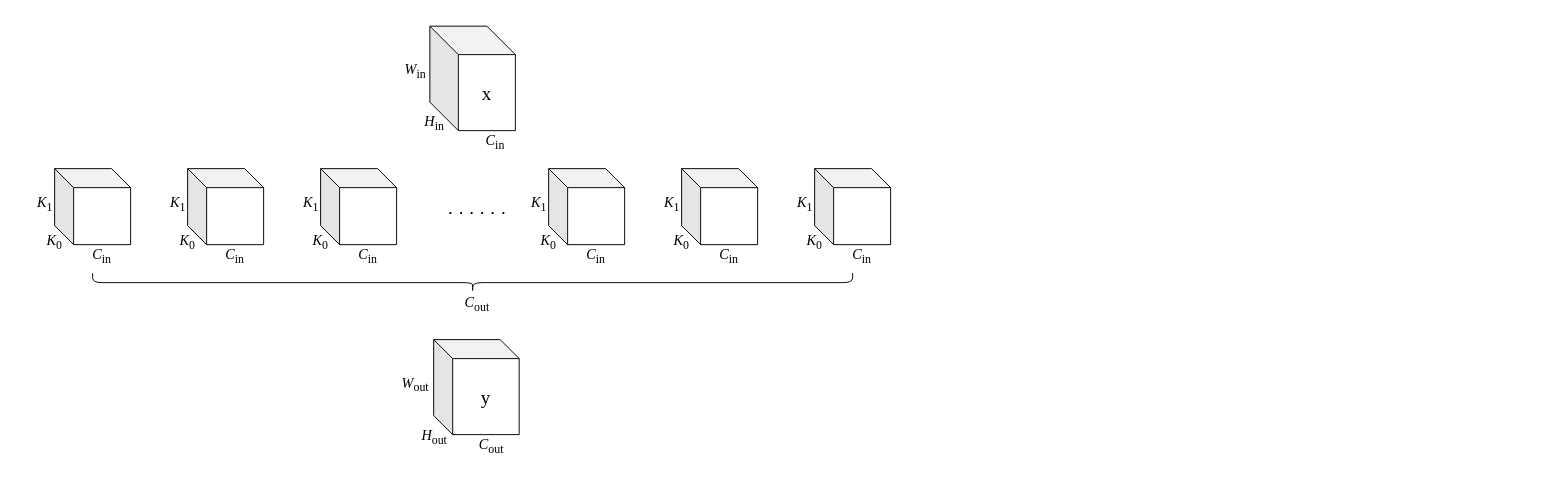
Before: page "第 1 页" (1 of 3) of uniqConv.drawio in guoriyue/draw.io, a draw.io diagram. Source tidied: cells renumbered, new cells numbered last; positions are measured from the earlier drawing's top-left corner, leaving out a move shared by most shapes. Both pictures are drawn from the tidied source at 95%, with x=0, y=0 at pixel (16, 26).
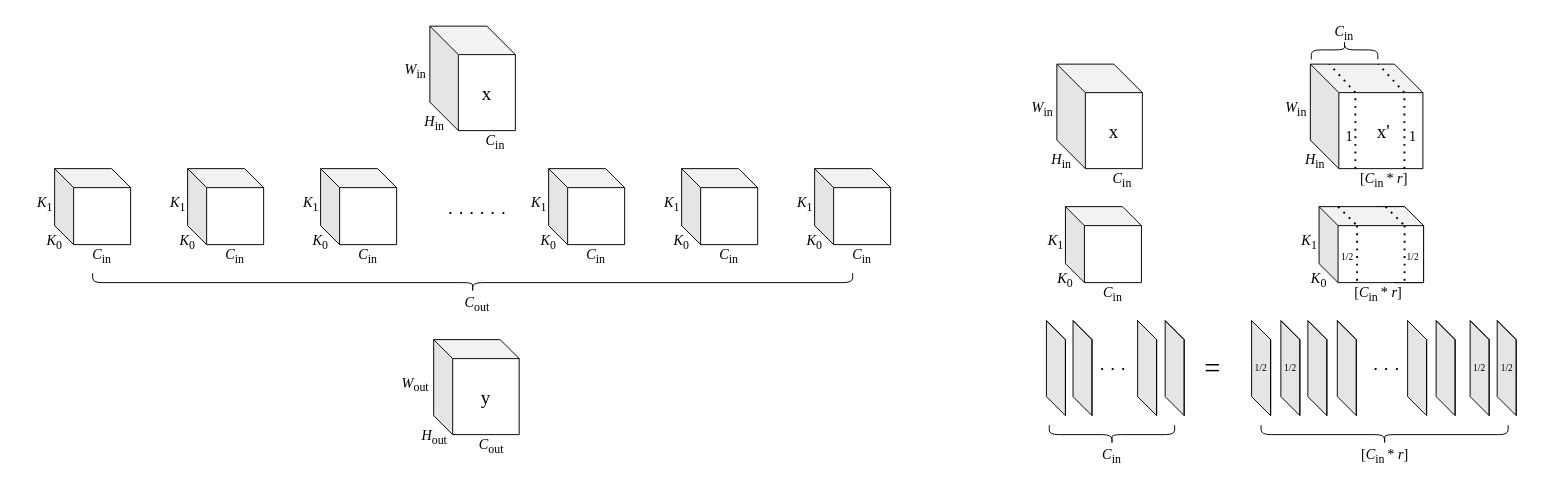
The same diagram, later.

What changed in the source:
```diff
@@
+    <mxCell id="39" style="shape=cube;whiteSpace=wrap;html=1;boundedLbl=1;backgroundOutline=1;darkOpacity=0.05;darkOpacity2=0.1;size=30;" parent="1" vertex="1">
+      <mxGeometry x="1095" y="40" width="90" height="110" as="geometry" />
+    </mxCell>
+    <mxCell id="40" value="&lt;font style=&quot;font-size: 15px;&quot; face=&quot;Times New Roman&quot;&gt;&lt;i&gt;C&lt;/i&gt;&lt;sub&gt;in&lt;/sub&gt;&lt;/font&gt;" style="text;html=1;strokeColor=none;fillColor=none;align=center;verticalAlign=middle;whiteSpace=wrap;rounded=0;fontSize=20;" parent="1" vertex="1">
+      <mxGeometry x="1134" y="145" width="60" height="30" as="geometry" />
+    </mxCell>
+    <mxCell id="41" value="&lt;font style=&quot;font-size: 15px;&quot; face=&quot;Times New Roman&quot;&gt;&lt;i&gt;H&lt;/i&gt;&lt;sub&gt;in&lt;/sub&gt;&lt;/font&gt;" style="text;html=1;strokeColor=none;fillColor=none;align=center;verticalAlign=middle;whiteSpace=wrap;rounded=0;fontSize=20;" parent="1" vertex="1">
+      <mxGeometry x="1070" y="125" width="60" height="30" as="geometry" />
+    </mxCell>
+    <mxCell id="42" value="&lt;font style=&quot;font-size: 15px;&quot; face=&quot;Times New Roman&quot;&gt;&lt;i&gt;W&lt;/i&gt;&lt;sub&gt;in&lt;/sub&gt;&lt;/font&gt;" style="text;html=1;strokeColor=none;fillColor=none;align=center;verticalAlign=middle;whiteSpace=wrap;rounded=0;fontSize=20;" parent="1" vertex="1">
+      <mxGeometry x="1050" y="70" width="60" height="30" as="geometry" />
+    </mxCell>
+    <mxCell id="43" value="&lt;font style=&quot;font-size: 20px;&quot; face=&quot;Times New Roman&quot;&gt;x&lt;/font&gt;" style="text;html=1;strokeColor=none;fillColor=none;align=center;verticalAlign=middle;whiteSpace=wrap;rounded=0;fontSize=20;" parent="1" vertex="1">
+      <mxGeometry x="1125" y="95" width="60" height="30" as="geometry" />
+    </mxCell>
+    <mxCell id="44" style="shape=cube;whiteSpace=wrap;html=1;boundedLbl=1;backgroundOutline=1;darkOpacity=0.05;darkOpacity2=0.1;" parent="1" vertex="1">
+      <mxGeometry x="1104" y="190" width="80" height="80" as="geometry" />
+    </mxCell>
+    <mxCell id="45" value="&lt;font style=&quot;font-size: 15px;&quot; face=&quot;Times New Roman&quot;&gt;&lt;i&gt;K&lt;/i&gt;&lt;sub&gt;0&lt;/sub&gt;&lt;/font&gt;" style="text;html=1;strokeColor=none;fillColor=none;align=center;verticalAlign=middle;whiteSpace=wrap;rounded=0;fontSize=20;" parent="1" vertex="1">
+      <mxGeometry x="1074" y="250" width="60" height="30" as="geometry" />
+    </mxCell>
+    <mxCell id="46" value="&lt;font style=&quot;font-size: 15px;&quot; face=&quot;Times New Roman&quot;&gt;&lt;i&gt;K&lt;/i&gt;&lt;sub&gt;1&lt;/sub&gt;&lt;/font&gt;" style="text;html=1;strokeColor=none;fillColor=none;align=center;verticalAlign=middle;whiteSpace=wrap;rounded=0;fontSize=20;" parent="1" vertex="1">
+      <mxGeometry x="1064" y="210" width="60" height="30" as="geometry" />
+    </mxCell>
+    <mxCell id="47" value="&lt;font style=&quot;font-size: 15px;&quot; face=&quot;Times New Roman&quot;&gt;&lt;i&gt;C&lt;/i&gt;&lt;sub&gt;in&lt;/sub&gt;&lt;/font&gt;" style="text;html=1;strokeColor=none;fillColor=none;align=center;verticalAlign=middle;whiteSpace=wrap;rounded=0;fontSize=20;" parent="1" vertex="1">
+      <mxGeometry x="1124" y="265" width="60" height="30" as="geometry" />
+    </mxCell>
+    <mxCell id="48" style="group;" parent="1" vertex="1">
+      <mxGeometry x="1331" y="190" width="155" height="105" as="geometry" />
+    </mxCell>
+    <mxCell id="49" style="shape=cube;whiteSpace=wrap;html=1;boundedLbl=1;backgroundOutline=1;darkOpacity=0.05;darkOpacity2=0.1;" parent="48" vertex="1">
+      <mxGeometry x="100" width="50" height="80" as="geometry" />
+    </mxCell>
+    <mxCell id="50" style="shape=cube;whiteSpace=wrap;html=1;boundedLbl=1;backgroundOutline=1;darkOpacity=0.05;darkOpacity2=0.1;" parent="48" vertex="1">
+      <mxGeometry x="40" width="110" height="80" as="geometry" />
+    </mxCell>
+    <mxCell id="51" value="&lt;font style=&quot;font-size: 15px;&quot; face=&quot;Times New Roman&quot;&gt;&lt;i&gt;K&lt;/i&gt;&lt;sub&gt;0&lt;/sub&gt;&lt;/font&gt;" style="text;html=1;strokeColor=none;fillColor=none;align=center;verticalAlign=middle;whiteSpace=wrap;rounded=0;fontSize=20;" parent="48" vertex="1">
+      <mxGeometry x="10" y="60" width="60" height="30" as="geometry" />
+    </mxCell>
+    <mxCell id="52" value="&lt;font style=&quot;font-size: 15px;&quot; face=&quot;Times New Roman&quot;&gt;&lt;i&gt;K&lt;/i&gt;&lt;sub&gt;1&lt;/sub&gt;&lt;/font&gt;" style="text;html=1;strokeColor=none;fillColor=none;align=center;verticalAlign=middle;whiteSpace=wrap;rounded=0;fontSize=20;" parent="48" vertex="1">
+      <mxGeometry y="20" width="60" height="30" as="geometry" />
+    </mxCell>
+    <mxCell id="53" value="&lt;font style=&quot;font-size: 15px;&quot; face=&quot;Times New Roman&quot;&gt;[&lt;i&gt;C&lt;/i&gt;&lt;sub&gt;in&amp;nbsp;&lt;/sub&gt;&lt;/font&gt;&lt;span style=&quot;font-family: &amp;quot;Times New Roman&amp;quot;; font-size: 15px;&quot;&gt;* &lt;i&gt;r&lt;/i&gt;]&lt;/span&gt;" style="text;html=1;strokeColor=none;fillColor=none;align=center;verticalAlign=middle;whiteSpace=wrap;rounded=0;fontSize=20;" parent="48" vertex="1">
+      <mxGeometry x="50" y="75" width="105" height="30" as="geometry" />
+    </mxCell>
+    <mxCell id="54" style="endArrow=none;dashed=1;html=1;dashPattern=1 3;strokeWidth=2;rounded=0;fontFamily=Times New Roman;fontSize=20;" parent="48" edge="1">
+      <mxGeometry relative="1" as="geometry">
+        <mxPoint x="130" y="20" as="sourcePoint" />
+        <mxPoint x="130" y="80" as="targetPoint" />
+      </mxGeometry>
+    </mxCell>
+    <mxCell id="55" style="endArrow=none;dashed=1;html=1;dashPattern=1 3;strokeWidth=2;rounded=0;fontFamily=Times New Roman;fontSize=20;" parent="48" edge="1">
+      <mxGeometry relative="1" as="geometry">
+        <mxPoint x="110" as="sourcePoint" />
+        <mxPoint x="130" y="20" as="targetPoint" />
+      </mxGeometry>
+    </mxCell>
+    <mxCell id="56" style="endArrow=none;dashed=1;html=1;dashPattern=1 3;strokeWidth=2;rounded=0;fontFamily=Times New Roman;fontSize=20;" parent="48" edge="1">
+      <mxGeometry relative="1" as="geometry">
+        <mxPoint x="80" y="20" as="sourcePoint" />
+        <mxPoint x="80" y="80" as="targetPoint" />
+      </mxGeometry>
+    </mxCell>
+    <mxCell id="57" style="endArrow=none;dashed=1;html=1;dashPattern=1 3;strokeWidth=2;rounded=0;fontFamily=Times New Roman;fontSize=20;" parent="48" edge="1">
+      <mxGeometry relative="1" as="geometry">
+        <mxPoint x="60" as="sourcePoint" />
+        <mxPoint x="80" y="20" as="targetPoint" />
+      </mxGeometry>
+    </mxCell>
+    <mxCell id="58" value="1/2" style="text;html=1;strokeColor=none;fillColor=none;align=center;verticalAlign=middle;whiteSpace=wrap;rounded=0;fontFamily=Times New Roman;fontSize=10;" parent="48" vertex="1">
+      <mxGeometry x="40" y="37.5" width="60" height="30" as="geometry" />
+    </mxCell>
+    <mxCell id="59" style="shape=cube;whiteSpace=wrap;html=1;boundedLbl=1;backgroundOutline=1;darkOpacity=0.05;darkOpacity2=0.1;size=30;" parent="1" vertex="1">
+      <mxGeometry x="1361.8" y="40" width="118.5" height="110" as="geometry" />
+    </mxCell>
+    <mxCell id="60" value="&lt;font style=&quot;font-size: 15px;&quot; face=&quot;Times New Roman&quot;&gt;&lt;i&gt;H&lt;/i&gt;&lt;sub&gt;in&lt;/sub&gt;&lt;/font&gt;" style="text;html=1;strokeColor=none;fillColor=none;align=center;verticalAlign=middle;whiteSpace=wrap;rounded=0;fontSize=20;" parent="1" vertex="1">
+      <mxGeometry x="1336.8" y="125" width="60" height="30" as="geometry" />
+    </mxCell>
+    <mxCell id="61" value="&lt;font style=&quot;font-size: 15px;&quot; face=&quot;Times New Roman&quot;&gt;&lt;i&gt;W&lt;/i&gt;&lt;sub&gt;in&lt;/sub&gt;&lt;/font&gt;" style="text;html=1;strokeColor=none;fillColor=none;align=center;verticalAlign=middle;whiteSpace=wrap;rounded=0;fontSize=20;" parent="1" vertex="1">
+      <mxGeometry x="1316.8" y="70" width="60" height="30" as="geometry" />
+    </mxCell>
+    <mxCell id="62" value="&lt;font style=&quot;font-size: 20px;&quot; face=&quot;Times New Roman&quot;&gt;x'&lt;/font&gt;" style="text;html=1;strokeColor=none;fillColor=none;align=center;verticalAlign=middle;whiteSpace=wrap;rounded=0;fontSize=20;" parent="1" vertex="1">
+      <mxGeometry x="1409.2" y="95" width="60" height="30" as="geometry" />
+    </mxCell>
+    <mxCell id="63" value="&lt;font style=&quot;font-size: 15px;&quot; face=&quot;Times New Roman&quot;&gt;[&lt;i&gt;C&lt;/i&gt;&lt;sub&gt;in&amp;nbsp;&lt;/sub&gt;&lt;/font&gt;&lt;span style=&quot;font-family: &amp;quot;Times New Roman&amp;quot;; font-size: 15px;&quot;&gt;* &lt;i&gt;r&lt;/i&gt;]&lt;/span&gt;" style="text;html=1;strokeColor=none;fillColor=none;align=center;verticalAlign=middle;whiteSpace=wrap;rounded=0;fontSize=20;" parent="1" vertex="1">
+      <mxGeometry x="1386.8" y="145" width="105" height="30" as="geometry" />
+    </mxCell>
+    <mxCell id="64" style="endArrow=none;dashed=1;html=1;dashPattern=1 3;strokeWidth=2;rounded=0;fontFamily=Times New Roman;fontSize=20;" parent="1" edge="1">
+      <mxGeometry relative="1" as="geometry">
+        <mxPoint x="1460.8" y="150" as="sourcePoint" />
+        <mxPoint x="1460.8" y="70" as="targetPoint" />
+      </mxGeometry>
+    </mxCell>
+    <mxCell id="65" style="endArrow=none;dashed=1;html=1;dashPattern=1 3;strokeWidth=2;rounded=0;fontFamily=Times New Roman;fontSize=20;" parent="1" edge="1">
+      <mxGeometry relative="1" as="geometry">
+        <mxPoint x="1460.8" y="70" as="sourcePoint" />
+        <mxPoint x="1433.3" y="40" as="targetPoint" />
+      </mxGeometry>
+    </mxCell>
+    <mxCell id="66" style="endArrow=none;dashed=1;html=1;dashPattern=1 3;strokeWidth=2;rounded=0;fontFamily=Times New Roman;fontSize=20;" parent="1" edge="1">
+      <mxGeometry relative="1" as="geometry">
+        <mxPoint x="1409.2" y="150" as="sourcePoint" />
+        <mxPoint x="1409.2" y="70" as="targetPoint" />
+      </mxGeometry>
+    </mxCell>
+    <mxCell id="67" style="endArrow=none;dashed=1;html=1;dashPattern=1 3;strokeWidth=2;rounded=0;fontFamily=Times New Roman;fontSize=20;" parent="1" edge="1">
+      <mxGeometry relative="1" as="geometry">
+        <mxPoint x="1409.2" y="70" as="sourcePoint" />
+        <mxPoint x="1381.8" y="40" as="targetPoint" />
+      </mxGeometry>
+    </mxCell>
+    <mxCell id="68" value="&lt;font style=&quot;font-size: 15px;&quot;&gt;1&lt;/font&gt;" style="text;html=1;strokeColor=none;fillColor=none;align=center;verticalAlign=middle;whiteSpace=wrap;rounded=0;fontFamily=Times New Roman;fontSize=10;" parent="1" vertex="1">
+      <mxGeometry x="1372.8" y="100" width="60" height="30" as="geometry" />
+    </mxCell>
+    <mxCell id="69" value="&lt;font style=&quot;font-size: 15px;&quot;&gt;1&lt;/font&gt;" style="text;html=1;strokeColor=none;fillColor=none;align=center;verticalAlign=middle;whiteSpace=wrap;rounded=0;fontFamily=Times New Roman;fontSize=10;" parent="1" vertex="1">
+      <mxGeometry x="1440.2" y="100" width="60" height="30" as="geometry" />
+    </mxCell>
+    <mxCell id="70" style="shape=curlyBracket;whiteSpace=wrap;html=1;rounded=1;fontFamily=Times New Roman;fontSize=15;direction=south;" parent="1" vertex="1">
+      <mxGeometry x="1362.8" y="15" width="70" height="20" as="geometry" />
+    </mxCell>
+    <mxCell id="71" value="&lt;font style=&quot;font-size: 15px;&quot; face=&quot;Times New Roman&quot;&gt;&lt;i&gt;C&lt;/i&gt;&lt;sub&gt;in&lt;/sub&gt;&lt;/font&gt;" style="text;html=1;strokeColor=none;fillColor=none;align=center;verticalAlign=middle;whiteSpace=wrap;rounded=0;fontSize=20;" parent="1" vertex="1">
+      <mxGeometry x="1345.2" y="-10" width="105" height="30" as="geometry" />
+    </mxCell>
+    <mxCell id="72" value="1/2" style="text;html=1;strokeColor=none;fillColor=none;align=center;verticalAlign=middle;whiteSpace=wrap;rounded=0;fontFamily=Times New Roman;fontSize=10;" parent="1" vertex="1">
+      <mxGeometry x="1440.2" y="227.5" width="60" height="30" as="geometry" />
+    </mxCell>
+    <mxCell id="73" style="shape=cube;whiteSpace=wrap;html=1;boundedLbl=1;backgroundOutline=1;darkOpacity=0.05;darkOpacity2=0.1;size=20;" parent="1" vertex="1">
+      <mxGeometry x="1084" y="310" width="20" height="100" as="geometry" />
+    </mxCell>
+    <mxCell id="74" style="shape=cube;whiteSpace=wrap;html=1;boundedLbl=1;backgroundOutline=1;darkOpacity=0.05;darkOpacity2=0.1;size=20;" parent="1" vertex="1">
+      <mxGeometry x="1112" y="310" width="20" height="100" as="geometry" />
+    </mxCell>
+    <mxCell id="75" style="shape=cube;whiteSpace=wrap;html=1;boundedLbl=1;backgroundOutline=1;darkOpacity=0.05;darkOpacity2=0.1;size=20;" parent="1" vertex="1">
+      <mxGeometry x="1180" y="310" width="20" height="100" as="geometry" />
+    </mxCell>
+    <mxCell id="76" style="shape=cube;whiteSpace=wrap;html=1;boundedLbl=1;backgroundOutline=1;darkOpacity=0.05;darkOpacity2=0.1;size=20;" parent="1" vertex="1">
+      <mxGeometry x="1209" y="310" width="20" height="100" as="geometry" />
+    </mxCell>
+    <mxCell id="77" value="&lt;font style=&quot;font-size: 20px;&quot;&gt;. . .&amp;nbsp;&lt;/font&gt;" style="text;html=1;strokeColor=none;fillColor=none;align=center;verticalAlign=middle;whiteSpace=wrap;rounded=0;" parent="1" vertex="1">
+      <mxGeometry x="1102" y="340" width="110" height="30" as="geometry" />
+    </mxCell>
+    <mxCell id="78" style="shape=cube;whiteSpace=wrap;html=1;boundedLbl=1;backgroundOutline=1;darkOpacity=0.05;darkOpacity2=0.1;size=20;" parent="1" vertex="1">
+      <mxGeometry x="1330.8" y="310" width="20" height="100" as="geometry" />
+    </mxCell>
+    <mxCell id="79" style="shape=cube;whiteSpace=wrap;html=1;boundedLbl=1;backgroundOutline=1;darkOpacity=0.05;darkOpacity2=0.1;size=20;" parent="1" vertex="1">
+      <mxGeometry x="1359.2" y="310" width="20" height="100" as="geometry" />
+    </mxCell>
+    <mxCell id="80" style="shape=cube;whiteSpace=wrap;html=1;boundedLbl=1;backgroundOutline=1;darkOpacity=0.05;darkOpacity2=0.1;size=20;" parent="1" vertex="1">
+      <mxGeometry x="1390.2" y="310" width="20" height="100" as="geometry" />
+    </mxCell>
+    <mxCell id="81" style="shape=cube;whiteSpace=wrap;html=1;boundedLbl=1;backgroundOutline=1;darkOpacity=0.05;darkOpacity2=0.1;size=20;" parent="1" vertex="1">
+      <mxGeometry x="1464.2" y="310" width="20" height="100" as="geometry" />
+    </mxCell>
+    <mxCell id="82" style="shape=cube;whiteSpace=wrap;html=1;boundedLbl=1;backgroundOutline=1;darkOpacity=0.05;darkOpacity2=0.1;size=20;" parent="1" vertex="1">
+      <mxGeometry x="1494.2" y="310" width="20" height="100" as="geometry" />
+    </mxCell>
+    <mxCell id="83" value="&lt;font style=&quot;font-size: 20px;&quot;&gt;. . .&amp;nbsp;&lt;/font&gt;" style="text;html=1;strokeColor=none;fillColor=none;align=center;verticalAlign=middle;whiteSpace=wrap;rounded=0;" parent="1" vertex="1">
+      <mxGeometry x="1390.2" y="340" width="110" height="30" as="geometry" />
+    </mxCell>
+    <mxCell id="84" style="shape=cube;whiteSpace=wrap;html=1;boundedLbl=1;backgroundOutline=1;darkOpacity=0.05;darkOpacity2=0.1;size=20;" parent="1" vertex="1">
+      <mxGeometry x="1530" y="310" width="20" height="100" as="geometry" />
+    </mxCell>
+    <mxCell id="85" style="shape=cube;whiteSpace=wrap;html=1;boundedLbl=1;backgroundOutline=1;darkOpacity=0.05;darkOpacity2=0.1;size=20;" parent="1" vertex="1">
+      <mxGeometry x="1558.5" y="310" width="20" height="100" as="geometry" />
+    </mxCell>
+    <mxCell id="86" value="1/2" style="text;html=1;strokeColor=none;fillColor=none;align=center;verticalAlign=middle;whiteSpace=wrap;rounded=0;fontFamily=Times New Roman;fontSize=10;" parent="1" vertex="1">
+      <mxGeometry x="1310.8" y="345" width="60" height="30" as="geometry" />
+    </mxCell>
+    <mxCell id="87" value="1/2" style="text;html=1;strokeColor=none;fillColor=none;align=center;verticalAlign=middle;whiteSpace=wrap;rounded=0;fontFamily=Times New Roman;fontSize=10;" parent="1" vertex="1">
+      <mxGeometry x="1510" y="345" width="60" height="30" as="geometry" />
+    </mxCell>
+    <mxCell id="88" value="1/2" style="text;html=1;strokeColor=none;fillColor=none;align=center;verticalAlign=middle;whiteSpace=wrap;rounded=0;fontFamily=Times New Roman;fontSize=10;" parent="1" vertex="1">
+      <mxGeometry x="1538.5" y="345" width="60" height="30" as="geometry" />
+    </mxCell>
+    <mxCell id="89" style="shape=curlyBracket;whiteSpace=wrap;html=1;rounded=1;fontFamily=Times New Roman;fontSize=15;direction=north;" parent="1" vertex="1">
+      <mxGeometry x="1087" y="420" width="132" height="20" as="geometry" />
+    </mxCell>
+    <mxCell id="90" style="shape=curlyBracket;whiteSpace=wrap;html=1;rounded=1;fontFamily=Times New Roman;fontSize=15;direction=north;" parent="1" vertex="1">
+      <mxGeometry x="1310" y="420" width="260" height="20" as="geometry" />
+    </mxCell>
+    <mxCell id="91" style="shape=cube;whiteSpace=wrap;html=1;boundedLbl=1;backgroundOutline=1;darkOpacity=0.05;darkOpacity2=0.1;size=20;" parent="1" vertex="1">
+      <mxGeometry x="1300" y="310" width="20" height="100" as="geometry" />
+    </mxCell>
+    <mxCell id="92" value="1/2" style="text;html=1;strokeColor=none;fillColor=none;align=center;verticalAlign=middle;whiteSpace=wrap;rounded=0;fontFamily=Times New Roman;fontSize=10;" parent="1" vertex="1">
+      <mxGeometry x="1280" y="345" width="60" height="30" as="geometry" />
+    </mxCell>
+    <mxCell id="93" value="&lt;font style=&quot;font-size: 15px;&quot; face=&quot;Times New Roman&quot;&gt;&lt;i&gt;C&lt;/i&gt;&lt;sub&gt;in&lt;/sub&gt;&lt;/font&gt;" style="text;html=1;strokeColor=none;fillColor=none;align=center;verticalAlign=middle;whiteSpace=wrap;rounded=0;fontSize=20;" parent="1" vertex="1">
+      <mxGeometry x="1123" y="435" width="60" height="30" as="geometry" />
+    </mxCell>
+    <mxCell id="94" value="&lt;font style=&quot;font-size: 15px;&quot; face=&quot;Times New Roman&quot;&gt;[&lt;i&gt;C&lt;/i&gt;&lt;sub&gt;in&amp;nbsp;&lt;/sub&gt;&lt;/font&gt;&lt;span style=&quot;font-family: &amp;quot;Times New Roman&amp;quot;; font-size: 15px;&quot;&gt;* &lt;i&gt;r&lt;/i&gt;]&lt;/span&gt;" style="text;html=1;strokeColor=none;fillColor=none;align=center;verticalAlign=middle;whiteSpace=wrap;rounded=0;fontSize=20;" parent="1" vertex="1">
+      <mxGeometry x="1387.5" y="435" width="105" height="30" as="geometry" />
+    </mxCell>
+    <mxCell id="95" value="&lt;font style=&quot;font-size: 30px;&quot;&gt;=&lt;/font&gt;" style="text;html=1;strokeColor=none;fillColor=none;align=center;verticalAlign=middle;whiteSpace=wrap;rounded=0;fontFamily=Times New Roman;fontSize=15;" parent="1" vertex="1">
+      <mxGeometry x="1229" y="345" width="60" height="30" as="geometry" />
+    </mxCell>
```
